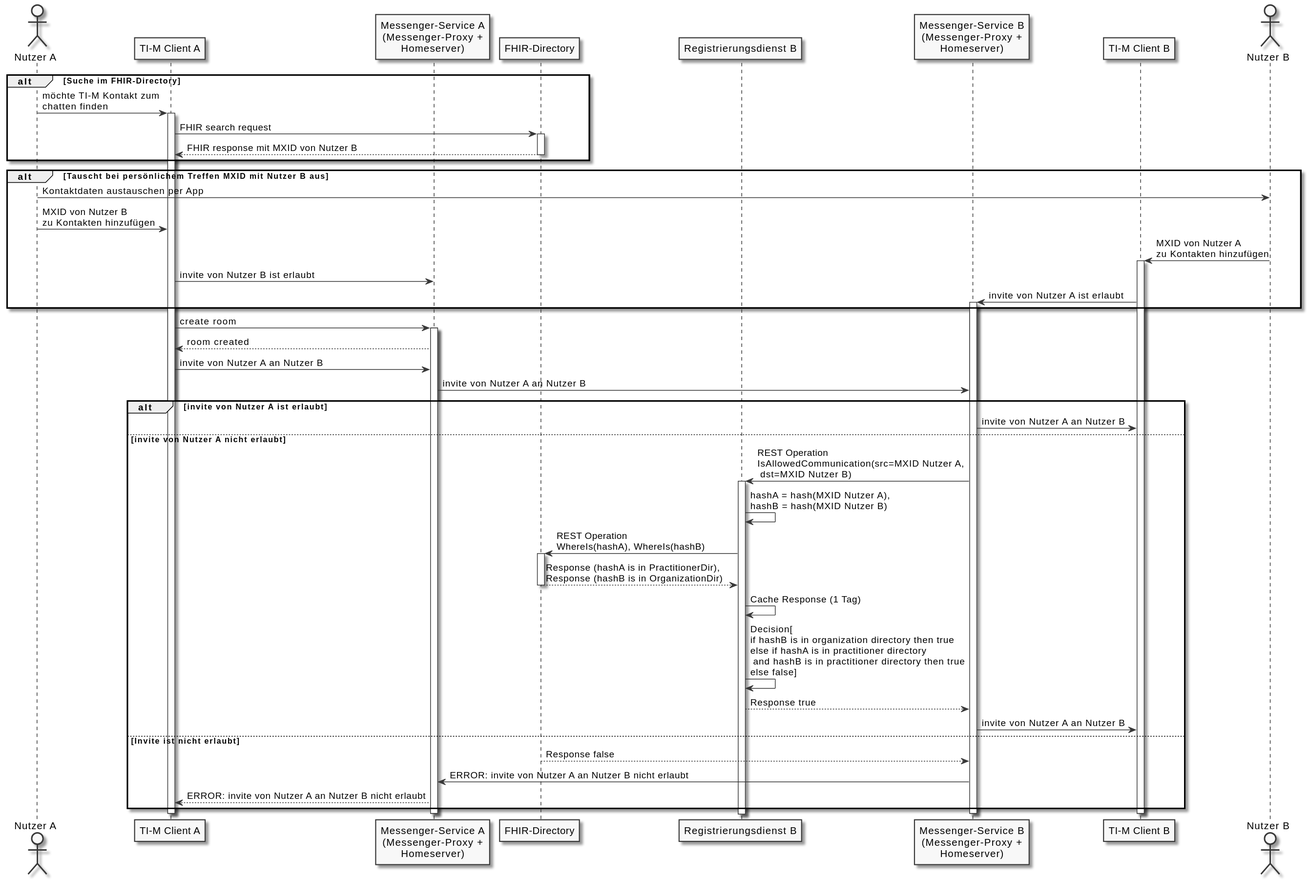
The PlantUML diagram images/diagrams/architecture/Communication_control_without_PASSporT.svg in gematik/api-ti-messenger, before a commit.
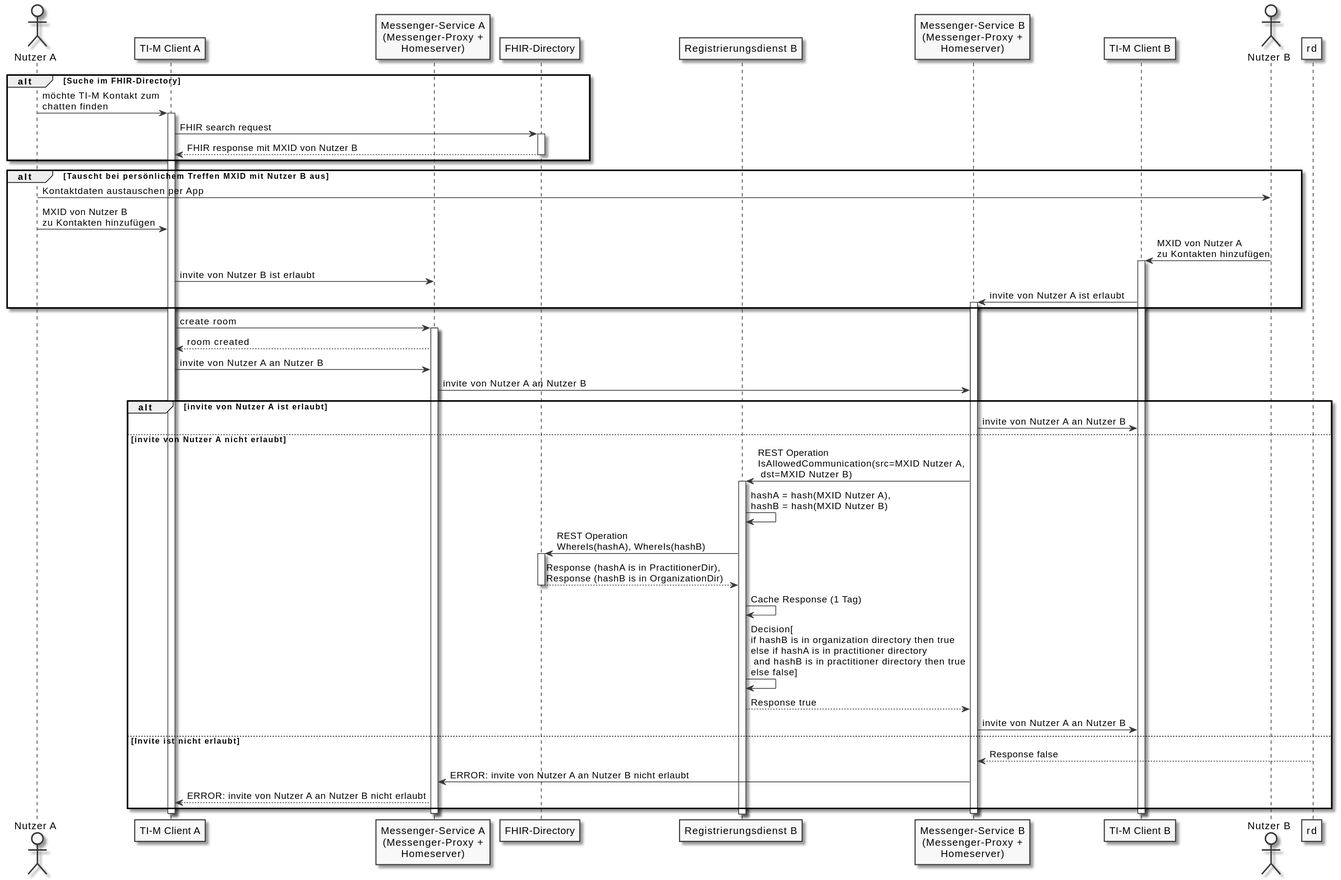
The same diagram one commit later.

Commit message:
Commit from GitHub Actions (GeneratePlantumlImages)

What changed in the source:
```diff
@@ -50,7 +50,7 @@
 rdb --> mpb: Response true
 mpb -> clb: invite von Nutzer A an Nutzer B
 else Invite ist nicht erlaubt
-fd --> mpb: Response false
+rd --> mpb: Response false
 mpb -> mp: ERROR: invite von Nutzer A an Nutzer B nicht erlaubt
 mp --> cl: ERROR: invite von Nutzer A an Nutzer B nicht erlaubt
 end
```
